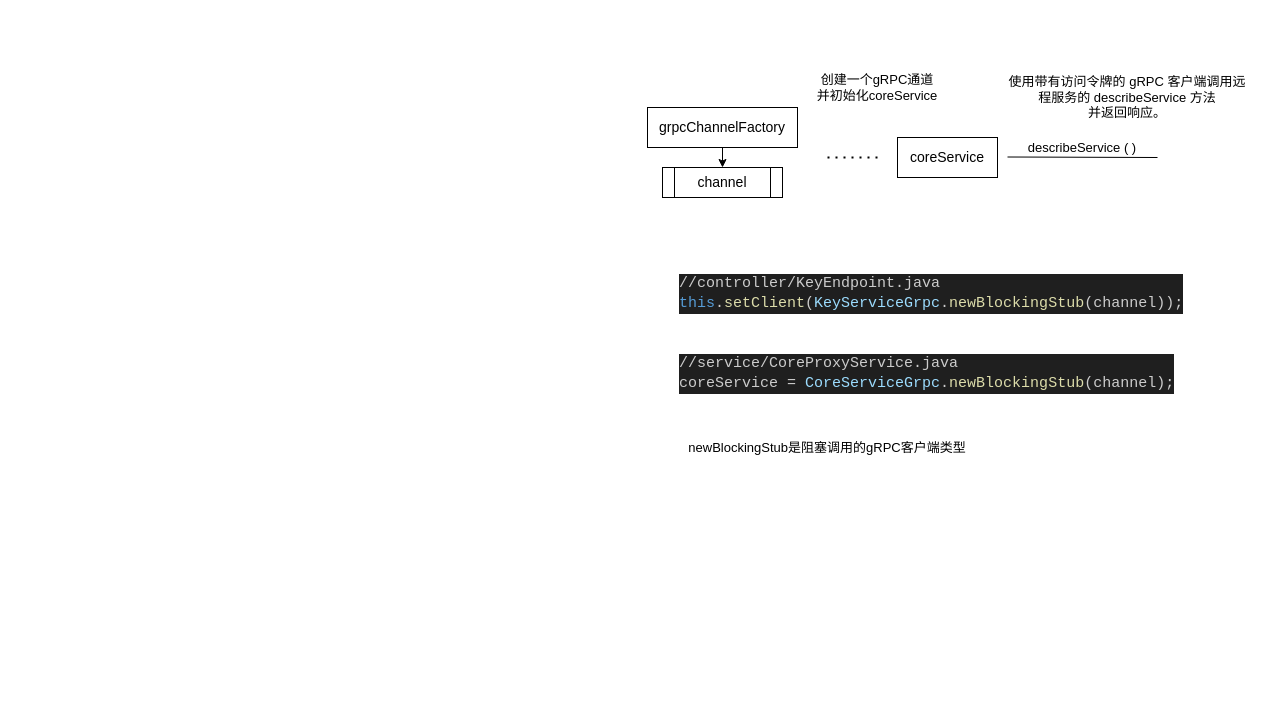
Before: epp.drawio in TouyamaRie/My_pictures, a draw.io diagram. Source tidied: cells renumbered, new cells numbered last; positions are measured from the earlier drawing's top-left corner, leaving out a move shared by most shapes. Both pictures are drawn from the tidied source at 100%, with x=0, y=0 at pixel (647, 77).
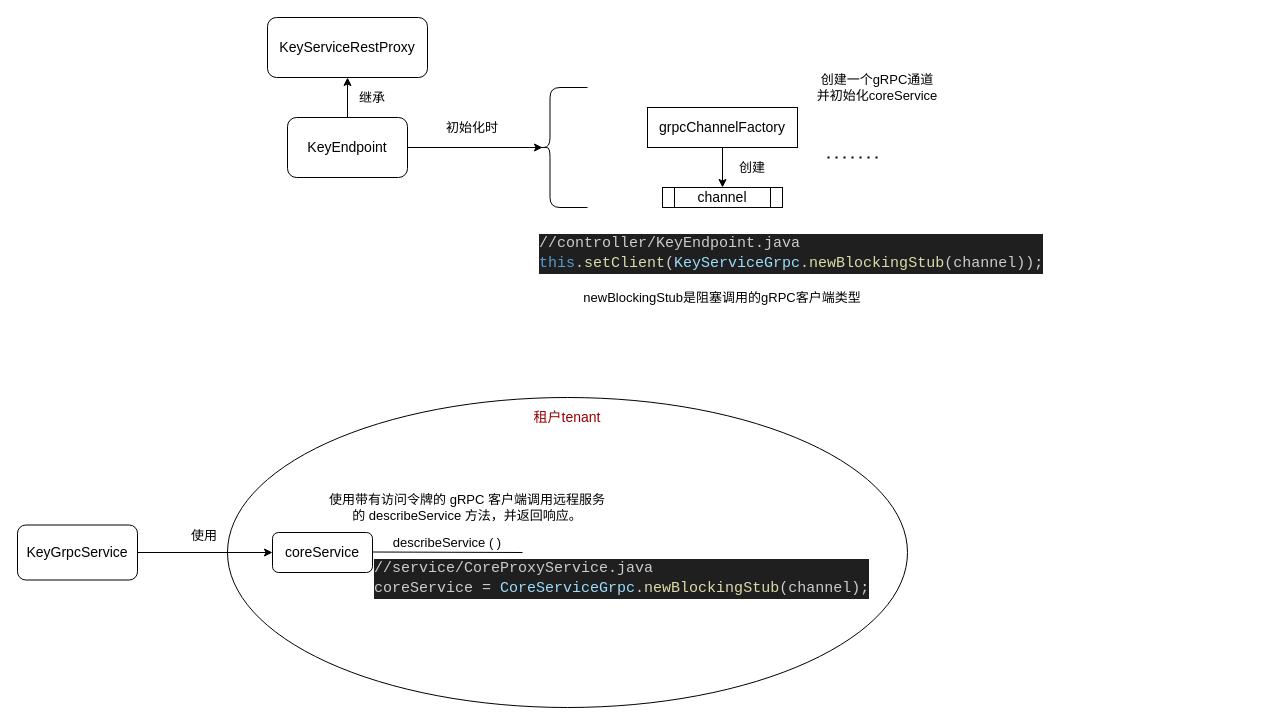
The same page after the edit.

What changed in the source:
```diff
@@
+    <mxCell id="14" style="ellipse;whiteSpace=wrap;html=1;" parent="1" vertex="1">
+      <mxGeometry x="-420" y="320" width="680" height="310" as="geometry" />
+    </mxCell>
-    <mxCell id="2" value="&lt;font style=&quot;font-size: 14px;&quot;&gt;coreService&lt;/font&gt;" style="rounded=0;whiteSpace=wrap;html=1;" parent="1" vertex="1">
-      <mxGeometry x="250" y="60" width="100" height="40" as="geometry" />
+    <mxCell id="2" value="&lt;font style=&quot;font-size: 14px;&quot;&gt;coreService&lt;/font&gt;" style="rounded=1;whiteSpace=wrap;html=1;" parent="1" vertex="1">
+      <mxGeometry x="-375" y="455" width="100" height="40" as="geometry" />
     </mxCell>
@@
     <mxCell id="5" value="&lt;font style=&quot;font-size: 14px;&quot;&gt;channel&lt;/font&gt;" style="shape=process;whiteSpace=wrap;html=1;backgroundOutline=1;" parent="1" vertex="1">
-      <mxGeometry x="15" y="90" width="120" height="30" as="geometry" />
+      <mxGeometry x="15" y="110" width="120" height="20" as="geometry" />
     </mxCell>
@@
     <mxCell id="7" style="endArrow=none;html=1;rounded=0;" parent="1" edge="1">
       <mxGeometry relative="1" as="geometry">
-        <mxPoint x="360" y="79.5" as="sourcePoint" />
-        <mxPoint x="510" y="80" as="targetPoint" />
+        <mxPoint x="-275" y="474.5" as="sourcePoint" />
+        <mxPoint x="-125" y="475" as="targetPoint" />
       </mxGeometry>
     </mxCell>
     <mxCell id="8" value="&lt;font style=&quot;font-size: 13px;&quot;&gt;describeService ( )&lt;/font&gt;" style="text;html=1;align=center;verticalAlign=middle;whiteSpace=wrap;rounded=0;" parent="1" vertex="1">
-      <mxGeometry x="370" y="60" width="130" height="20" as="geometry" />
+      <mxGeometry x="-265" y="455" width="130" height="20" as="geometry" />
     </mxCell>
@@
-    <mxCell id="10" value="&lt;span style=&quot;font-size: 13px;&quot;&gt;使用带有访问令牌的 gRPC 客户端调用远程服务的 describeService 方法&lt;/span&gt;&lt;div&gt;&lt;span style=&quot;font-size: 13px;&quot;&gt;并返回响应。&lt;/span&gt;&lt;/div&gt;" style="text;html=1;align=center;verticalAlign=middle;whiteSpace=wrap;rounded=0;" parent="1" vertex="1">
-      <mxGeometry x="360" y="10" width="240" height="20" as="geometry" />
+    <mxCell id="10" value="&lt;span style=&quot;font-size: 13px;&quot;&gt;使用带有访问令牌的 gRPC 客户端调用远程服务的 describeService 方法，&lt;/span&gt;&lt;span style=&quot;font-size: 13px; background-color: initial;&quot;&gt;并返回响应。&lt;/span&gt;" style="text;html=1;align=center;verticalAlign=middle;whiteSpace=wrap;rounded=0;" parent="1" vertex="1">
+      <mxGeometry x="-320" y="420" width="280" height="20" as="geometry" />
     </mxCell>
     <mxCell id="11" value="&lt;div style=&quot;color: rgb(204, 204, 204); background-color: rgb(31, 31, 31); font-family: &amp;quot;Fira code&amp;quot;, &amp;quot;Microsoft YaHei&amp;quot;, monospace, Consolas, &amp;quot;Courier New&amp;quot;, monospace; font-weight: normal; font-size: 15px; line-height: 20px; white-space: pre; --darkreader-inline-color: #c8c3bc; --darkreader-inline-bgcolor: #17191a;&quot;&gt;&lt;div&gt;&lt;span style=&quot;color: rgb(204, 204, 204); --darkreader-inline-color: #c8c3bc;&quot;&gt;//controller/KeyEndpoint.java&amp;nbsp;&lt;/span&gt;&lt;/div&gt;&lt;div&gt;&lt;span style=&quot;color: rgb(86, 156, 214); --darkreader-inline-color: #60a4d8;&quot;&gt;this&lt;/span&gt;&lt;span style=&quot;color: rgb(204, 204, 204); --darkreader-inline-color: #c8c3bc;&quot;&gt;.&lt;/span&gt;&lt;span style=&quot;color: rgb(220, 220, 170); --darkreader-inline-color: #d8d89f;&quot;&gt;setClient&lt;/span&gt;&lt;span style=&quot;color: rgb(204, 204, 204); --darkreader-inline-color: #c8c3bc;&quot;&gt;(&lt;/span&gt;&lt;span style=&quot;color: rgb(156, 220, 254); --darkreader-inline-color: #87d5fe;&quot;&gt;KeyServiceGrpc&lt;/span&gt;&lt;span style=&quot;color: rgb(204, 204, 204); --darkreader-inline-color: #c8c3bc;&quot;&gt;.&lt;/span&gt;&lt;span style=&quot;color: rgb(220, 220, 170); --darkreader-inline-color: #d8d89f;&quot;&gt;newBlockingStub&lt;/span&gt;&lt;span style=&quot;color: rgb(204, 204, 204); --darkreader-inline-color: #c8c3bc;&quot;&gt;(channel));&lt;/span&gt;&lt;/div&gt;&lt;/div&gt;" style="text;whiteSpace=wrap;html=1;" parent="1" vertex="1">
-      <mxGeometry x="30" y="190" width="450" height="40" as="geometry" />
+      <mxGeometry x="-110" y="150" width="450" height="40" as="geometry" />
     </mxCell>
     <mxCell id="12" value="&lt;div style=&quot;color: rgb(204, 204, 204); background-color: rgb(31, 31, 31); font-family: &amp;quot;Fira code&amp;quot;, &amp;quot;Microsoft YaHei&amp;quot;, monospace, Consolas, &amp;quot;Courier New&amp;quot;, monospace; font-weight: normal; font-size: 15px; line-height: 20px; white-space: pre; --darkreader-inline-color: #c8c3bc; --darkreader-inline-bgcolor: #17191a;&quot;&gt;&lt;div&gt;&lt;span style=&quot;color: rgb(204, 204, 204); --darkreader-inline-color: #c8c3bc;&quot;&gt;//service/CoreProxyService.java&amp;nbsp;&lt;/span&gt;&lt;/div&gt;&lt;div&gt;&lt;div style=&quot;color: rgb(204, 204, 204); background-color: rgb(31, 31, 31); line-height: 20px; --darkreader-inline-color: #c8c3bc; --darkreader-inline-bgcolor: #17191a;&quot;&gt;coreService &lt;span style=&quot;color: rgb(212, 212, 212); --darkreader-inline-color: #cdc8c2;&quot;&gt;=&lt;/span&gt; &lt;span style=&quot;color: rgb(156, 220, 254); --darkreader-inline-color: #87d5fe;&quot;&gt;CoreServiceGrpc&lt;/span&gt;.&lt;span style=&quot;color: rgb(220, 220, 170); --darkreader-inline-color: #d8d89f;&quot;&gt;newBlockingStub&lt;/span&gt;(channel);&lt;/div&gt;&lt;/div&gt;&lt;/div&gt;" style="text;whiteSpace=wrap;html=1;" parent="1" vertex="1">
-      <mxGeometry x="30" y="270" width="450" height="40" as="geometry" />
+      <mxGeometry x="-275" y="475" width="450" height="40" as="geometry" />
     </mxCell>
     <mxCell id="13" value="&lt;span style=&quot;font-size: 13px;&quot;&gt;newBlockingStub是阻塞调用的gRPC客户端类型&lt;/span&gt;" style="text;html=1;align=center;verticalAlign=middle;whiteSpace=wrap;rounded=0;" parent="1" vertex="1">
-      <mxGeometry x="30" y="360" width="300" height="20" as="geometry" />
+      <mxGeometry x="-75" y="210" width="300" height="20" as="geometry" />
     </mxCell>
+    <mxCell id="15" value="&lt;font style=&quot;font-size: 14px;&quot;&gt;KeyEndpoint&lt;/font&gt;" style="rounded=1;whiteSpace=wrap;html=1;" parent="1" vertex="1">
+      <mxGeometry x="-360" y="40" width="120" height="60" as="geometry" />
+    </mxCell>
+    <mxCell id="16" style="endArrow=classic;html=1;rounded=0;exitX=0.5;exitY=0;exitDx=0;exitDy=0;" parent="1" edge="1" source="15">
+      <mxGeometry relative="1" as="geometry">
+        <mxPoint x="-300" as="targetPoint" />
+      </mxGeometry>
+    </mxCell>
+    <mxCell id="17" value="&lt;font style=&quot;font-size: 14px;&quot;&gt;KeyServiceRestProxy&lt;/font&gt;" style="rounded=1;whiteSpace=wrap;html=1;" parent="1" vertex="1">
+      <mxGeometry x="-380" y="-60" width="160" height="60" as="geometry" />
+    </mxCell>
+    <mxCell id="18" value="&lt;span style=&quot;font-size: 13px;&quot;&gt;继承&lt;/span&gt;" style="text;html=1;align=center;verticalAlign=middle;whiteSpace=wrap;rounded=0;" parent="1" vertex="1">
+      <mxGeometry x="-300" y="10" width="50" height="20" as="geometry" />
+    </mxCell>
+    <mxCell id="19" value="&lt;span style=&quot;font-size: 13px;&quot;&gt;创建&lt;/span&gt;" style="text;html=1;align=center;verticalAlign=middle;whiteSpace=wrap;rounded=0;" parent="1" vertex="1">
+      <mxGeometry x="80" y="80" width="50" height="20" as="geometry" />
+    </mxCell>
+    <mxCell id="20" style="shape=curlyBracket;whiteSpace=wrap;html=1;rounded=1;labelPosition=left;verticalLabelPosition=middle;align=right;verticalAlign=middle;size=0.25;" parent="1" vertex="1">
+      <mxGeometry x="-110" y="10" width="50" height="120" as="geometry" />
+    </mxCell>
+    <mxCell id="21" value="&lt;span style=&quot;font-size: 13px;&quot;&gt;初始化时&lt;/span&gt;" style="text;html=1;align=center;verticalAlign=middle;whiteSpace=wrap;rounded=0;" parent="1" vertex="1">
+      <mxGeometry x="-210" y="40" width="70" height="20" as="geometry" />
+    </mxCell>
+    <mxCell id="22" style="edgeStyle=orthogonalEdgeStyle;rounded=0;jettySize=auto;html=1;exitX=1;exitY=0.5;exitDx=0;exitDy=0;entryX=0.1;entryY=0.5;entryDx=0;entryDy=0;entryPerimeter=0;" parent="1" edge="1" source="15" target="20">
+      <mxGeometry relative="1" as="geometry" />
+    </mxCell>
+    <mxCell id="23" style="edgeStyle=orthogonalEdgeStyle;rounded=0;jettySize=auto;html=1;exitX=1;exitY=0.5;exitDx=0;exitDy=0;" parent="1" edge="1" source="24" target="2">
+      <mxGeometry relative="1" as="geometry" />
+    </mxCell>
+    <mxCell id="24" value="&lt;font style=&quot;font-size: 14px;&quot;&gt;KeyGrpcService&lt;/font&gt;" style="rounded=1;whiteSpace=wrap;html=1;" parent="1" vertex="1">
+      <mxGeometry x="-630" y="447.5" width="120" height="55" as="geometry" />
+    </mxCell>
+    <mxCell id="25" value="&lt;span style=&quot;font-size: 13px;&quot;&gt;使用&lt;/span&gt;" style="text;html=1;align=center;verticalAlign=middle;whiteSpace=wrap;rounded=0;" parent="1" vertex="1">
+      <mxGeometry x="-478" y="447.5" width="70" height="20" as="geometry" />
+    </mxCell>
+    <mxCell id="26" value="&lt;font color=&quot;#990000&quot; style=&quot;font-size: 14px;&quot;&gt;租户tenant&lt;/font&gt;" style="text;html=1;align=center;verticalAlign=middle;whiteSpace=wrap;rounded=0;" parent="1" vertex="1">
+      <mxGeometry x="-115" y="330" width="70" height="20" as="geometry" />
+    </mxCell>
```
